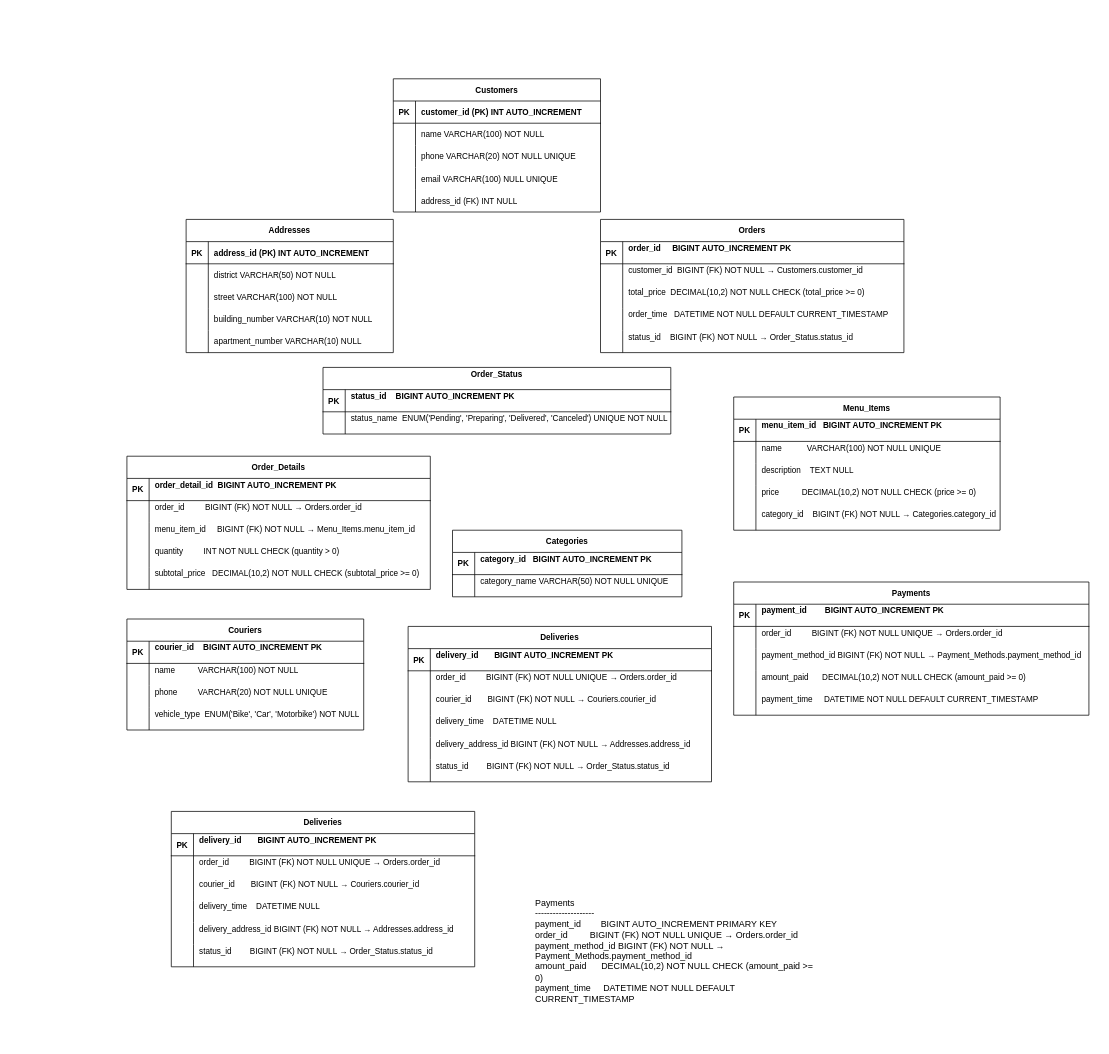
SergejusSG/git-demo1 keeps this draw.io diagram as Untitled Diagram.drawio. Above is the earlier version. Source tidied: cells renumbered, new cells numbered last; positions are measured from the earlier drawing's top-left corner, leaving out a move shared by most shapes. Both pictures are drawn from the tidied source at 74%, with x=0, y=0 at pixel (127, 78).
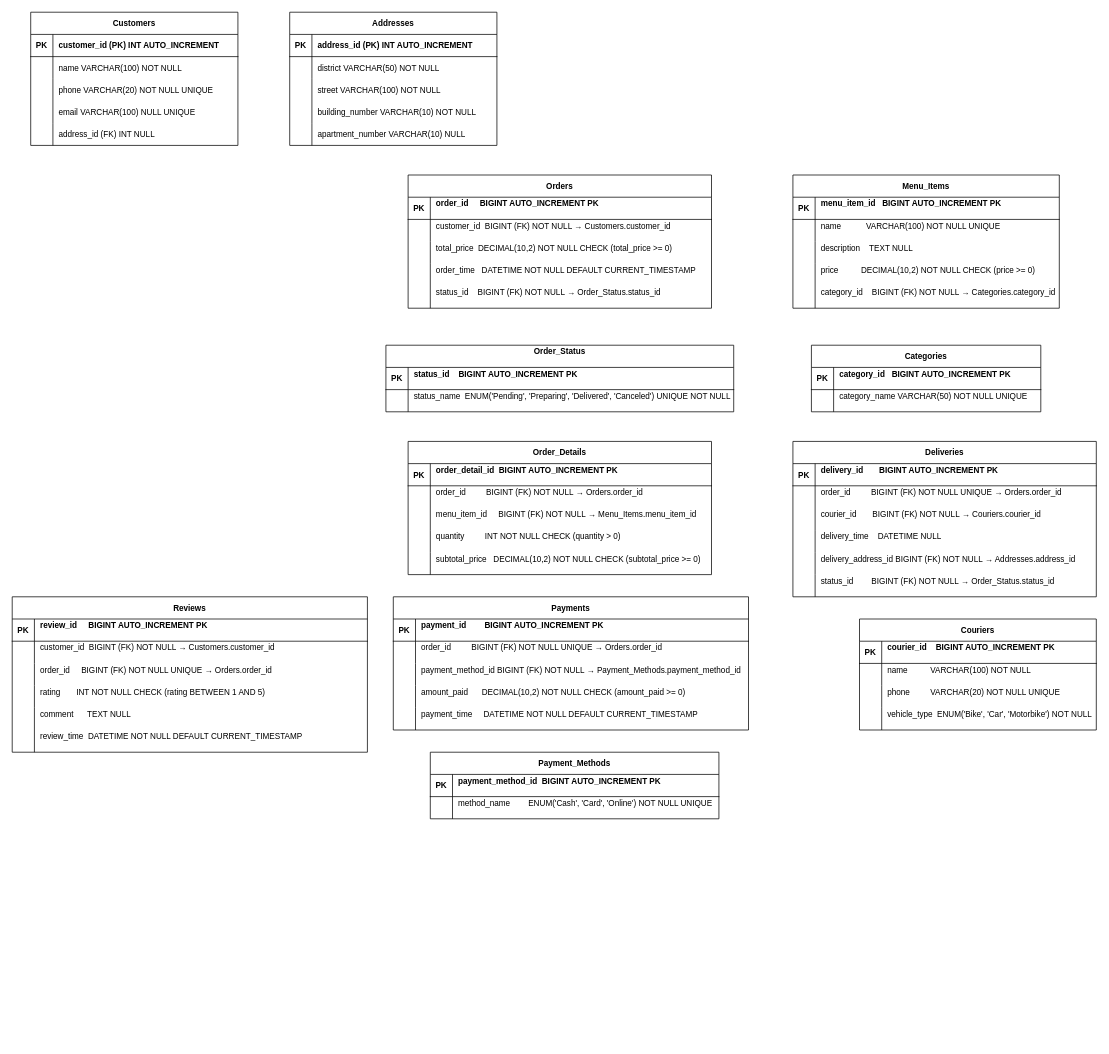
After the change.

The edit, as a diff of the source:
```diff
@@
     <mxCell id="2" value="Customers" style="shape=table;startSize=30;childLayout=tableLayout;rowLines=0;fontStyle=1;align=center;fontSize=11;" parent="1" vertex="1">
-      <mxGeometry x="360" width="280" height="180" as="geometry" />
+      <mxGeometry x="-130" y="-90" width="280" height="180" as="geometry" />
     </mxCell>
@@
     <mxCell id="18" value="Addresses" style="shape=table;startSize=30;childLayout=tableLayout;rowLines=0;fontStyle=1;align=center;fontSize=11;" parent="1" vertex="1">
-      <mxGeometry x="80" y="190" width="280" height="180" as="geometry" />
+      <mxGeometry x="220" y="-90" width="280" height="180" as="geometry" />
     </mxCell>
@@
     <mxCell id="34" value="Orders" style="shape=table;startSize=30;childLayout=tableLayout;rowLines=0;fontStyle=1;align=center;fontSize=11;" parent="1" vertex="1">
-      <mxGeometry x="640" y="190" width="410" height="180" as="geometry" />
+      <mxGeometry x="380" y="130" width="410" height="180" as="geometry" />
     </mxCell>
@@
-    <mxCell id="50" value="&lt;div&gt;&lt;div&gt;&lt;div&gt;&lt;div&gt;&lt;div&gt;&lt;div&gt;&lt;div&gt;&lt;div&gt;Payments&lt;/div&gt;&lt;div&gt;--------------------&lt;/div&gt;&lt;div&gt;payment_id &amp;nbsp; &amp;nbsp; &amp;nbsp; &amp;nbsp;BIGINT AUTO_INCREMENT PRIMARY KEY&lt;/div&gt;&lt;div&gt;order_id &amp;nbsp; &amp;nbsp; &amp;nbsp; &amp;nbsp; BIGINT (FK) NOT NULL UNIQUE → Orders.order_id&lt;/div&gt;&lt;div&gt;payment_method_id BIGINT (FK) NOT NULL → Payment_Methods.payment_method_id&lt;/div&gt;&lt;div&gt;amount_paid &amp;nbsp; &amp;nbsp; &amp;nbsp;DECIMAL(10,2) NOT NULL CHECK (amount_paid &amp;gt;= 0)&lt;/div&gt;&lt;div&gt;payment_time &amp;nbsp; &amp;nbsp; DATETIME NOT NULL DEFAULT CURRENT_TIMESTAMP&lt;/div&gt;&lt;/div&gt;&lt;/div&gt;&lt;/div&gt;&lt;/div&gt;&lt;/div&gt;&lt;/div&gt;&lt;/div&gt;&lt;div&gt;&lt;br&gt;&lt;/div&gt;" style="text;whiteSpace=wrap;html=1;" parent="1" vertex="1">
-      <mxGeometry x="550" y="1100" width="380" height="200" as="geometry" />
-    </mxCell>
     <mxCell id="51" value="Order_Status&#10;" style="shape=table;startSize=30;childLayout=tableLayout;rowLines=0;fontStyle=1;align=center;fontSize=11;" parent="1" vertex="1">
-      <mxGeometry x="265" y="390" width="470" height="90" as="geometry" />
+      <mxGeometry x="350" y="360" width="470" height="90" as="geometry" />
     </mxCell>
@@
     <mxCell id="58" value="Order_Details" style="shape=table;startSize=30;childLayout=tableLayout;rowLines=0;fontStyle=1;align=center;fontSize=11;" parent="1" vertex="1">
-      <mxGeometry y="510" width="410" height="180" as="geometry" />
+      <mxGeometry x="380" y="490" width="410" height="180" as="geometry" />
     </mxCell>
@@
     <mxCell id="74" value="Menu_Items" style="shape=table;startSize=30;childLayout=tableLayout;rowLines=0;fontStyle=1;align=center;fontSize=11;" parent="1" vertex="1">
-      <mxGeometry x="820" y="430" width="360" height="180" as="geometry" />
+      <mxGeometry x="900" y="130" width="360" height="180" as="geometry" />
     </mxCell>
@@
     <mxCell id="90" value="Categories" style="shape=table;startSize=30;childLayout=tableLayout;rowLines=0;fontStyle=1;align=center;fontSize=11;" parent="1" vertex="1">
-      <mxGeometry x="440" y="610" width="310" height="90" as="geometry" />
+      <mxGeometry x="925" y="360" width="310" height="90" as="geometry" />
     </mxCell>
@@
     <mxCell id="97" value="Couriers" style="shape=table;startSize=30;childLayout=tableLayout;rowLines=0;fontStyle=1;align=center;fontSize=11;" parent="1" vertex="1">
-      <mxGeometry y="730" width="320" height="150" as="geometry" />
+      <mxGeometry x="990" y="730" width="320" height="150" as="geometry" />
     </mxCell>
@@
     <mxCell id="110" value="Deliveries" style="shape=table;startSize=30;childLayout=tableLayout;rowLines=0;fontStyle=1;align=center;fontSize=11;" parent="1" vertex="1">
-      <mxGeometry x="380" y="740" width="410" height="210" as="geometry" />
+      <mxGeometry x="900" y="490" width="410" height="210" as="geometry" />
     </mxCell>
@@
     <mxCell id="129" value="Payments" style="shape=table;startSize=30;childLayout=tableLayout;rowLines=0;fontStyle=1;align=center;fontSize=11;" parent="1" vertex="1">
-      <mxGeometry x="820" y="680" width="480" height="180" as="geometry" />
+      <mxGeometry x="360" y="700" width="480" height="180" as="geometry" />
     </mxCell>
@@
-    <mxCell id="145" value="Deliveries" style="shape=table;startSize=30;childLayout=tableLayout;rowLines=0;fontStyle=1;align=center;fontSize=11;" parent="1" vertex="1">
-      <mxGeometry x="60" y="990" width="410" height="210" as="geometry" />
+    <mxCell id="145" value="Payment_Methods" style="shape=table;startSize=30;childLayout=tableLayout;rowLines=0;fontStyle=1;align=center;fontSize=11;" parent="1" vertex="1">
+      <mxGeometry x="410" y="910" width="390" height="90" as="geometry" />
     </mxCell>
     <mxCell id="146" style="shape=partialRectangle;fillColor=none;top=0;left=0;right=0;bottom=1;fontSize=11;" parent="145" vertex="1">
-      <mxGeometry y="30" width="410" height="30" as="geometry" />
+      <mxGeometry y="30" width="390" height="30" as="geometry" />
     </mxCell>
@@
-    <mxCell id="148" value="delivery_id       BIGINT AUTO_INCREMENT PK&#10;" style="shape=partialRectangle;overflow=hidden;fillColor=none;top=0;left=0;bottom=0;right=0;align=left;spacingLeft=6;fontStyle=1;fontSize=11;" parent="146" vertex="1">
-      <mxGeometry x="30" width="380" height="30" as="geometry" />
+    <mxCell id="148" value="payment_method_id  BIGINT AUTO_INCREMENT PK&#10;" style="shape=partialRectangle;overflow=hidden;fillColor=none;top=0;left=0;bottom=0;right=0;align=left;spacingLeft=6;fontStyle=1;fontSize=11;" parent="146" vertex="1">
+      <mxGeometry x="30" width="360" height="30" as="geometry" />
     </mxCell>
     <mxCell id="149" style="shape=partialRectangle;fillColor=none;top=0;left=0;right=0;bottom=0;fontSize=11;" parent="145" vertex="1">
-      <mxGeometry y="60" width="410" height="30" as="geometry" />
+      <mxGeometry y="60" width="390" height="30" as="geometry" />
     </mxCell>
@@
-    <mxCell id="151" value="order_id         BIGINT (FK) NOT NULL UNIQUE → Orders.order_id&#10;" style="shape=partialRectangle;overflow=hidden;fillColor=none;top=0;left=0;bottom=0;right=0;align=left;spacingLeft=6;fontSize=11;" parent="149" vertex="1">
-      <mxGeometry x="30" width="380" height="30" as="geometry" />
+    <mxCell id="151" value="method_name        ENUM('Cash', 'Card', 'Online') NOT NULL UNIQUE&#10;" style="shape=partialRectangle;overflow=hidden;fillColor=none;top=0;left=0;bottom=0;right=0;align=left;spacingLeft=6;fontSize=11;" parent="149" vertex="1">
+      <mxGeometry x="30" width="360" height="30" as="geometry" />
     </mxCell>
-    <mxCell id="152" style="shape=partialRectangle;fillColor=none;top=0;left=0;right=0;bottom=0;fontSize=11;" parent="145" vertex="1">
-      <mxGeometry y="90" width="410" height="30" as="geometry" />
-    </mxCell>
-    <mxCell id="153" style="shape=partialRectangle;overflow=hidden;fillColor=none;top=0;left=0;bottom=0;right=0;fontSize=11;" parent="152" vertex="1">
-      <mxGeometry width="30" height="30" as="geometry" />
-    </mxCell>
-    <mxCell id="154" value="courier_id       BIGINT (FK) NOT NULL → Couriers.courier_id&#10;" style="shape=partialRectangle;overflow=hidden;fillColor=none;top=0;left=0;bottom=0;right=0;align=left;spacingLeft=6;fontSize=11;" parent="152" vertex="1">
-      <mxGeometry x="30" width="380" height="30" as="geometry" />
-    </mxCell>
-    <mxCell id="155" style="shape=partialRectangle;fillColor=none;top=0;left=0;right=0;bottom=0;fontSize=11;" parent="145" vertex="1">
-      <mxGeometry y="120" width="410" height="30" as="geometry" />
-    </mxCell>
-    <mxCell id="156" style="shape=partialRectangle;overflow=hidden;fillColor=none;top=0;left=0;bottom=0;right=0;fontSize=11;" parent="155" vertex="1">
-      <mxGeometry width="30" height="30" as="geometry" />
-    </mxCell>
-    <mxCell id="157" value="delivery_time    DATETIME NULL&#10;" style="shape=partialRectangle;overflow=hidden;fillColor=none;top=0;left=0;bottom=0;right=0;align=left;spacingLeft=6;fontSize=11;" parent="155" vertex="1">
-      <mxGeometry x="30" width="380" height="30" as="geometry" />
-    </mxCell>
-    <mxCell id="158" style="shape=partialRectangle;fillColor=none;top=0;left=0;right=0;bottom=0;fontSize=11;" parent="145" vertex="1">
-      <mxGeometry y="150" width="410" height="30" as="geometry" />
-    </mxCell>
-    <mxCell id="159" style="shape=partialRectangle;overflow=hidden;fillColor=none;top=0;left=0;bottom=0;right=0;fontSize=11;" parent="158" vertex="1">
-      <mxGeometry width="30" height="30" as="geometry" />
-    </mxCell>
-    <mxCell id="160" value="delivery_address_id BIGINT (FK) NOT NULL → Addresses.address_id&#10;" style="shape=partialRectangle;overflow=hidden;fillColor=none;top=0;left=0;bottom=0;right=0;align=left;spacingLeft=6;fontSize=11;" parent="158" vertex="1">
-      <mxGeometry x="30" width="380" height="30" as="geometry" />
-    </mxCell>
-    <mxCell id="161" style="shape=partialRectangle;fillColor=none;top=0;left=0;right=0;bottom=0;fontSize=11;" parent="145" vertex="1">
-      <mxGeometry y="180" width="410" height="30" as="geometry" />
-    </mxCell>
-    <mxCell id="162" style="shape=partialRectangle;overflow=hidden;fillColor=none;top=0;left=0;bottom=0;right=0;fontSize=11;" parent="161" vertex="1">
-      <mxGeometry width="30" height="30" as="geometry" />
-    </mxCell>
-    <mxCell id="163" value="status_id        BIGINT (FK) NOT NULL → Order_Status.status_id&#10;" style="shape=partialRectangle;overflow=hidden;fillColor=none;top=0;left=0;bottom=0;right=0;align=left;spacingLeft=6;fontSize=11;" parent="161" vertex="1">
-      <mxGeometry x="30" width="380" height="30" as="geometry" />
-    </mxCell>
+    <mxCell id="164" value="Reviews" style="shape=table;startSize=30;childLayout=tableLayout;rowLines=0;fontStyle=1;align=center;fontSize=11;" parent="1" vertex="1">
+      <mxGeometry x="-155" y="700" width="480" height="210" as="geometry" />
+    </mxCell>
+    <mxCell id="165" style="shape=partialRectangle;fillColor=none;top=0;left=0;right=0;bottom=1;fontSize=11;" parent="164" vertex="1">
+      <mxGeometry y="30" width="480" height="30" as="geometry" />
+    </mxCell>
+    <mxCell id="166" value="PK" style="shape=partialRectangle;overflow=hidden;fillColor=none;top=0;left=0;bottom=0;right=0;fontStyle=1;fontSize=11;" parent="165" vertex="1">
+      <mxGeometry width="30" height="30" as="geometry" />
+    </mxCell>
+    <mxCell id="167" value="review_id     BIGINT AUTO_INCREMENT PK&#10;" style="shape=partialRectangle;overflow=hidden;fillColor=none;top=0;left=0;bottom=0;right=0;align=left;spacingLeft=6;fontStyle=1;fontSize=11;" parent="165" vertex="1">
+      <mxGeometry x="30" width="450" height="30" as="geometry" />
+    </mxCell>
+    <mxCell id="168" style="shape=partialRectangle;fillColor=none;top=0;left=0;right=0;bottom=0;fontSize=11;" parent="164" vertex="1">
+      <mxGeometry y="60" width="480" height="30" as="geometry" />
+    </mxCell>
+    <mxCell id="169" style="shape=partialRectangle;overflow=hidden;fillColor=none;top=0;left=0;bottom=0;right=0;fontSize=11;" parent="168" vertex="1">
+      <mxGeometry width="30" height="30" as="geometry" />
+    </mxCell>
+    <mxCell id="170" value="customer_id  BIGINT (FK) NOT NULL → Customers.customer_id&#10;" style="shape=partialRectangle;overflow=hidden;fillColor=none;top=0;left=0;bottom=0;right=0;align=left;spacingLeft=6;fontSize=11;" parent="168" vertex="1">
+      <mxGeometry x="30" width="450" height="30" as="geometry" />
+    </mxCell>
+    <mxCell id="171" style="shape=partialRectangle;fillColor=none;top=0;left=0;right=0;bottom=0;fontSize=11;" parent="164" vertex="1">
+      <mxGeometry y="90" width="480" height="30" as="geometry" />
+    </mxCell>
+    <mxCell id="172" style="shape=partialRectangle;overflow=hidden;fillColor=none;top=0;left=0;bottom=0;right=0;fontSize=11;" parent="171" vertex="1">
+      <mxGeometry width="30" height="30" as="geometry" />
+    </mxCell>
+    <mxCell id="173" value="order_id     BIGINT (FK) NOT NULL UNIQUE → Orders.order_id&#10;" style="shape=partialRectangle;overflow=hidden;fillColor=none;top=0;left=0;bottom=0;right=0;align=left;spacingLeft=6;fontSize=11;" parent="171" vertex="1">
+      <mxGeometry x="30" width="450" height="30" as="geometry" />
+    </mxCell>
+    <mxCell id="174" style="shape=partialRectangle;fillColor=none;top=0;left=0;right=0;bottom=0;fontSize=11;" parent="164" vertex="1">
+      <mxGeometry y="120" width="480" height="30" as="geometry" />
+    </mxCell>
+    <mxCell id="175" style="shape=partialRectangle;overflow=hidden;fillColor=none;top=0;left=0;bottom=0;right=0;fontSize=11;" parent="174" vertex="1">
+      <mxGeometry width="30" height="30" as="geometry" />
+    </mxCell>
+    <mxCell id="176" value="rating       INT NOT NULL CHECK (rating BETWEEN 1 AND 5)&#10;" style="shape=partialRectangle;overflow=hidden;fillColor=none;top=0;left=0;bottom=0;right=0;align=left;spacingLeft=6;fontSize=11;" parent="174" vertex="1">
+      <mxGeometry x="30" width="450" height="30" as="geometry" />
+    </mxCell>
+    <mxCell id="177" style="shape=partialRectangle;fillColor=none;top=0;left=0;right=0;bottom=0;fontSize=11;" parent="164" vertex="1">
+      <mxGeometry y="150" width="480" height="30" as="geometry" />
+    </mxCell>
+    <mxCell id="178" style="shape=partialRectangle;overflow=hidden;fillColor=none;top=0;left=0;bottom=0;right=0;fontSize=11;" parent="177" vertex="1">
+      <mxGeometry width="30" height="30" as="geometry" />
+    </mxCell>
+    <mxCell id="179" value="comment      TEXT NULL&#10;" style="shape=partialRectangle;overflow=hidden;fillColor=none;top=0;left=0;bottom=0;right=0;align=left;spacingLeft=6;fontSize=11;" parent="177" vertex="1">
+      <mxGeometry x="30" width="450" height="30" as="geometry" />
+    </mxCell>
+    <mxCell id="180" style="shape=partialRectangle;fillColor=none;top=0;left=0;right=0;bottom=0;fontSize=11;" parent="164" vertex="1">
+      <mxGeometry y="180" width="480" height="30" as="geometry" />
+    </mxCell>
+    <mxCell id="181" style="shape=partialRectangle;overflow=hidden;fillColor=none;top=0;left=0;bottom=0;right=0;fontSize=11;" parent="180" vertex="1">
+      <mxGeometry width="30" height="30" as="geometry" />
+    </mxCell>
+    <mxCell id="182" value="review_time  DATETIME NOT NULL DEFAULT CURRENT_TIMESTAMP&#10;" style="shape=partialRectangle;overflow=hidden;fillColor=none;top=0;left=0;bottom=0;right=0;align=left;spacingLeft=6;fontSize=11;" parent="180" vertex="1">
+      <mxGeometry x="30" width="450" height="30" as="geometry" />
+    </mxCell>
```
